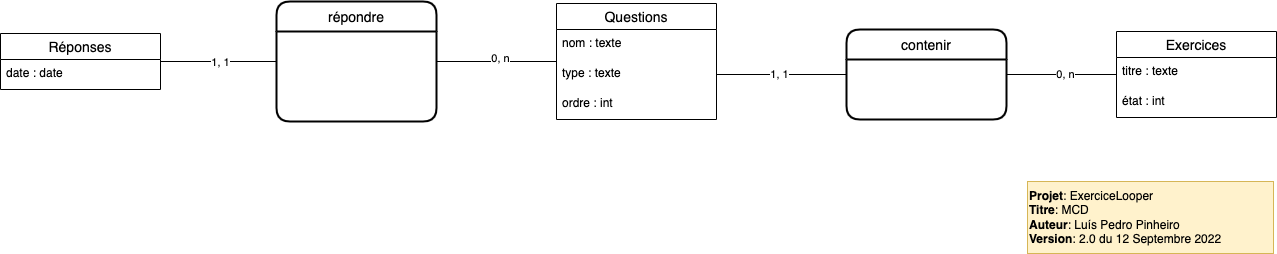
Earlier version of the draw.io export conception/MCD.png (CPNV-ES/MAW1-LpoVicYan). Source tidied: cells renumbered, new cells last; positions are measured from the earlier drawing's top-left corner, leaving out a move shared by most shapes.
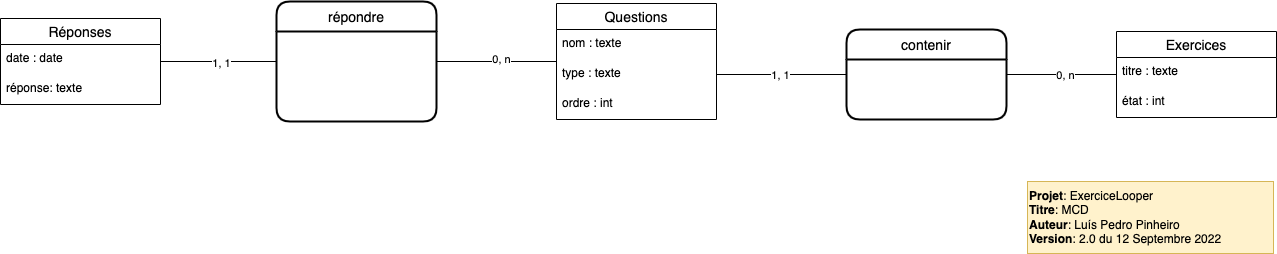
After the commit.

Commit message:
T20 fix answer table

Change to the diagram source:
```diff
@@ -45,11 +45,14 @@
       <mxGeometry x="0.04" y="-1" relative="1" as="geometry" />
     </mxCell>
     <mxCell id="16" value="Réponses" style="swimlane;fontStyle=0;horizontal=1;startSize=26;align=center;fontSize=14;" parent="1" vertex="1">
-      <mxGeometry y="32" width="160" height="56" as="geometry" />
+      <mxGeometry y="17" width="160" height="86" as="geometry" />
     </mxCell>
     <mxCell id="17" value="date : date" style="text;strokeColor=none;fillColor=none;spacingLeft=4;spacingRight=4;overflow=hidden;fontSize=12;" parent="16" vertex="1">
       <mxGeometry y="26" width="160" height="30" as="geometry" />
     </mxCell>
+    <mxCell id="23" value="réponse: texte" style="text;strokeColor=none;fillColor=none;spacingLeft=4;spacingRight=4;overflow=hidden;fontSize=12;" parent="16" vertex="1">
+      <mxGeometry y="56" width="160" height="30" as="geometry" />
+    </mxCell>
     <mxCell id="18" value="répondre" style="swimlane;horizontal=1;startSize=30;rounded=1;fontSize=14;fontStyle=0;strokeWidth=2;shadow=0;dashed=0;align=center;" parent="1" vertex="1">
       <mxGeometry x="276" width="160" height="120" as="geometry" />
     </mxCell>
```
